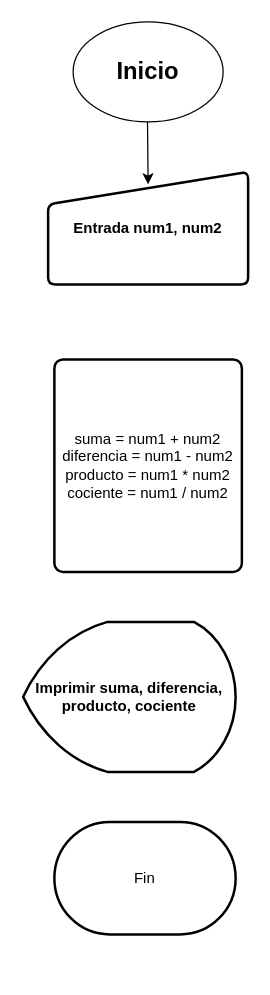
Above: Diagrama sin título.drawio in Engels30/diagrama_de_flujo (draw.io), before the change. Source tidied: cells renumbered, new cells numbered last; positions are measured from the earlier drawing's top-left corner, leaving out a move shared by most shapes. Both pictures are drawn from the tidied source at 125%, with x=0, y=0 at pixel (22, 21).
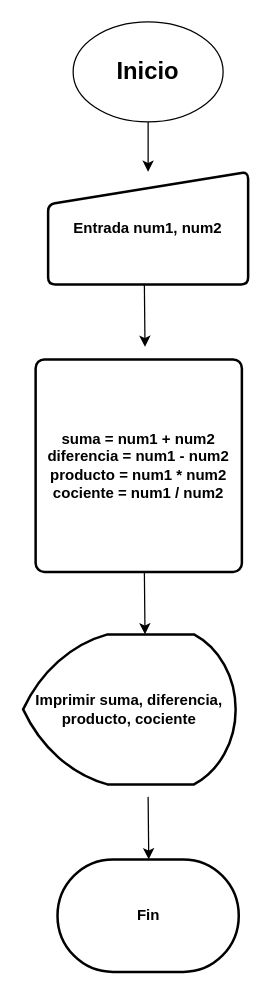
The same page after the edit.

What changed in the source:
```diff
@@
 <mxGraphModel>
   <root>
     <mxCell id="0" />
     <mxCell id="1" parent="0" />
+    <mxCell id="8" style="edgeStyle=orthogonalEdgeStyle;rounded=0;jettySize=auto;html=1;" parent="1" edge="1" source="2" target="4">
+      <mxGeometry relative="1" as="geometry" />
+    </mxCell>
     <mxCell id="2" value="&lt;b&gt;&lt;font style=&quot;font-size: 19px;&quot;&gt;Inicio&lt;/font&gt;&lt;/b&gt;" style="ellipse;whiteSpace=wrap;html=1;" parent="1" vertex="1">
       <mxGeometry x="40" width="120" height="80" as="geometry" />
     </mxCell>
     <mxCell id="3" style="endArrow=classic;html=1;rounded=0;" parent="1" edge="1">
       <mxGeometry relative="1" as="geometry">
-        <mxPoint x="99.5" y="80" as="sourcePoint" />
-        <mxPoint x="100" y="130" as="targetPoint" />
+        <mxPoint x="97" y="210" as="sourcePoint" />
+        <mxPoint x="97.5" y="260" as="targetPoint" />
       </mxGeometry>
     </mxCell>
     <mxCell id="4" value="Entrada num1, num2" style="html=1;strokeWidth=2;shape=manualInput;whiteSpace=wrap;rounded=1;size=26;arcSize=11;fontStyle=1;" parent="1" vertex="1">
       <mxGeometry x="20" y="120" width="160" height="90" as="geometry" />
     </mxCell>
-    <mxCell id="5" value="suma = num1 + num2&#10;diferencia = num1 - num2&#10;producto = num1 * num2&#10;cociente = num1 / num2" style="rounded=1;whiteSpace=wrap;html=1;absoluteArcSize=1;arcSize=14;strokeWidth=2;" parent="1" vertex="1">
-      <mxGeometry x="25" y="270" width="150" height="170" as="geometry" />
+    <mxCell id="5" value="suma = num1 + num2&#10;diferencia = num1 - num2&#10;producto = num1 * num2&#10;cociente = num1 / num2" style="rounded=1;whiteSpace=wrap;html=1;absoluteArcSize=1;arcSize=14;strokeWidth=2;fontStyle=1;" parent="1" vertex="1">
+      <mxGeometry x="10" y="270" width="165" height="170" as="geometry" />
     </mxCell>
     <mxCell id="6" value="&lt;b&gt;Imprimir suma, diferencia, producto, cociente&lt;/b&gt;" style="strokeWidth=2;html=1;shape=mxgraph.flowchart.display;whiteSpace=wrap;" parent="1" vertex="1">
-      <mxGeometry y="480" width="170" height="120" as="geometry" />
+      <mxGeometry y="490" width="170" height="120" as="geometry" />
     </mxCell>
-    <mxCell id="7" value="Fin" style="strokeWidth=2;html=1;shape=mxgraph.flowchart.terminator;whiteSpace=wrap;" parent="1" vertex="1">
-      <mxGeometry x="25" y="640" width="145" height="90" as="geometry" />
+    <mxCell id="7" value="Fin" style="strokeWidth=2;html=1;shape=mxgraph.flowchart.terminator;whiteSpace=wrap;fontStyle=1;" parent="1" vertex="1">
+      <mxGeometry x="27.5" y="670" width="145" height="90" as="geometry" />
     </mxCell>
+    <mxCell id="9" style="endArrow=classic;html=1;rounded=0;" parent="1" edge="1">
+      <mxGeometry relative="1" as="geometry">
+        <mxPoint x="97" y="440" as="sourcePoint" />
+        <mxPoint x="97.5" y="490" as="targetPoint" />
+      </mxGeometry>
+    </mxCell>
+    <mxCell id="10" style="endArrow=classic;html=1;rounded=0;" parent="1" edge="1">
+      <mxGeometry relative="1" as="geometry">
+        <mxPoint x="100" y="620" as="sourcePoint" />
+        <mxPoint x="100.5" y="670" as="targetPoint" />
+      </mxGeometry>
+    </mxCell>
   </root>
 </mxGraphModel>
```
